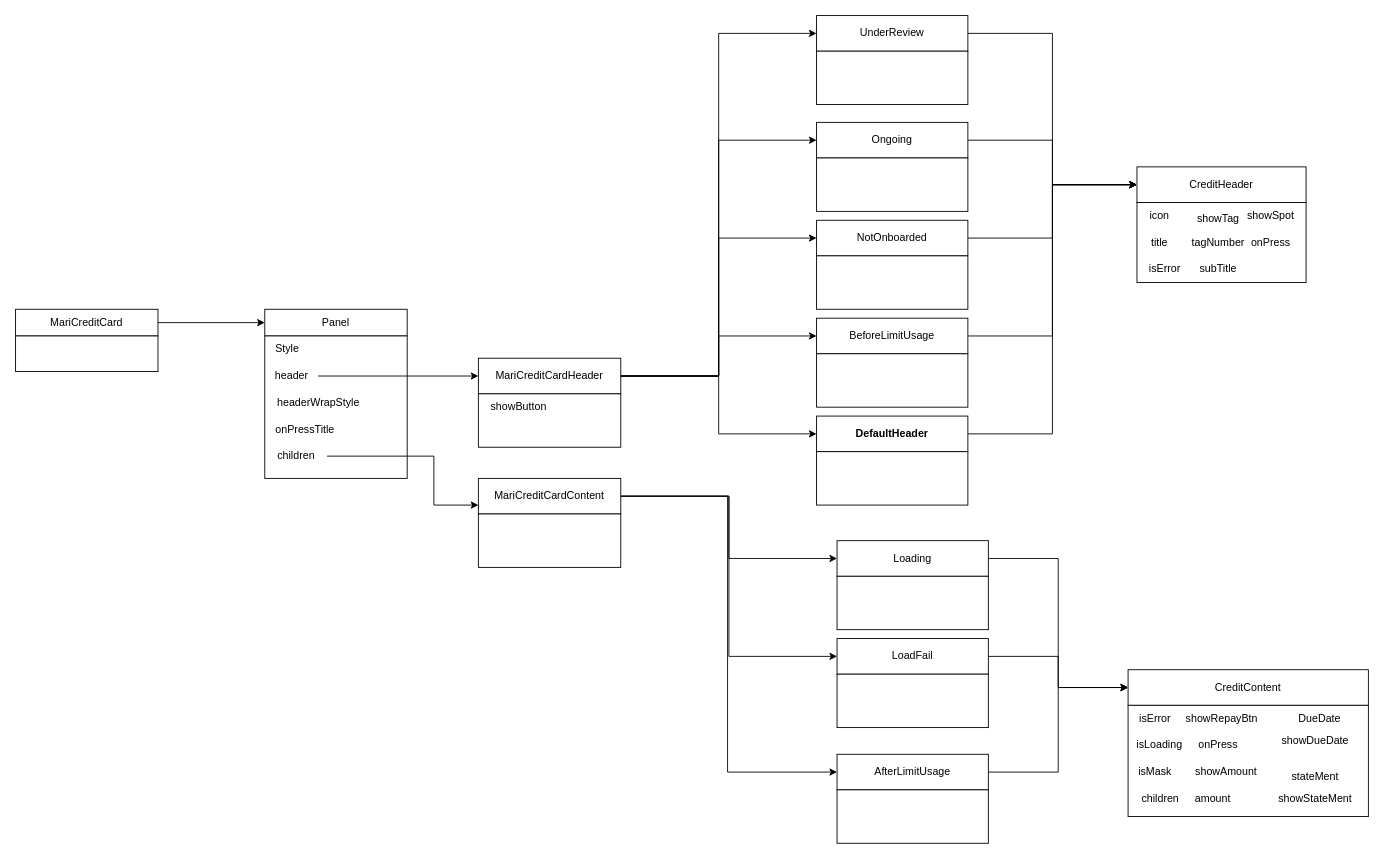
Above: page "home page" (3 of 3) of retail-home-credit-use-case.drawio in RexYao97/sfrex (draw.io), before the change. Source tidied: cells renumbered, new cells numbered last; positions are measured from the earlier drawing's top-left corner, leaving out a move shared by most shapes. Both pictures are drawn from the tidied source at 89%, with x=0, y=0 at pixel (15, 15).
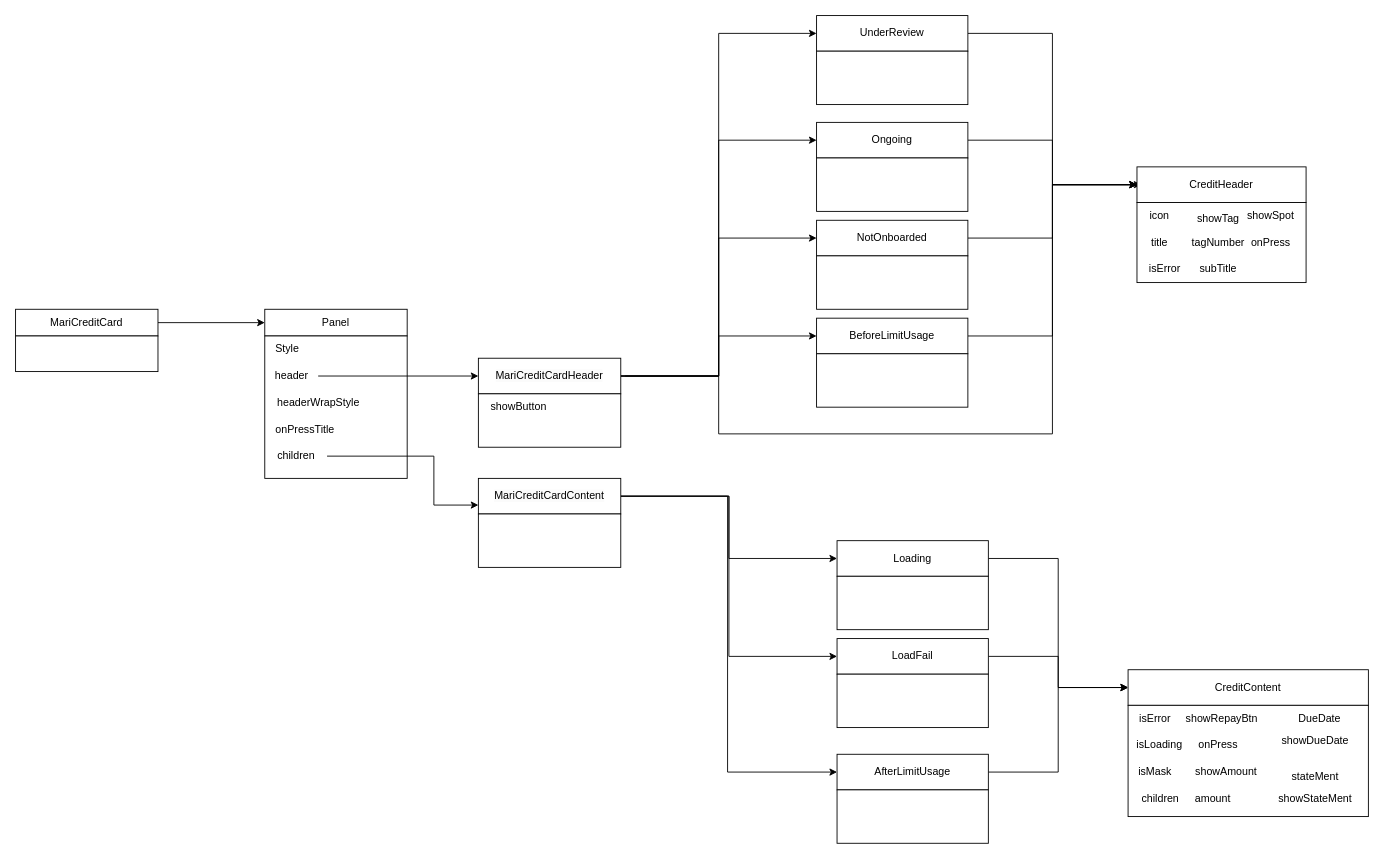
The same page after the edit.

The change refers to these unchanged cells:
```xml
<mxCell id="19" value="&lt;span style=&quot;color: rgb(0, 0, 0); font-family: Helvetica; font-size: 12px; font-style: normal; font-variant-ligatures: normal; font-variant-caps: normal; font-weight: 400; letter-spacing: normal; orphans: 2; text-align: center; text-indent: 0px; text-transform: none; widows: 2; word-spacing: 0px; -webkit-text-stroke-width: 0px; background-color: rgb(251, 251, 251); text-decoration-thickness: initial; text-decoration-style: initial; text-decoration-color: initial; float: none; display: inline !important;&quot;&gt;MariCreditCardHeader&lt;/span&gt;" style="rounded=0;whiteSpace=wrap;html=1;" parent="1" vertex="1">
  <mxGeometry x="520" y="385" width="160" height="40" as="geometry" />
</mxCell>
<mxCell id="50" value="CreditHeader" style="rounded=0;whiteSpace=wrap;html=1;" parent="1" vertex="1">
  <mxGeometry x="1260" y="170" width="190" height="40" as="geometry" />
</mxCell>
```

What changed in the source:
```diff
@@
-    <mxCell id="18" style="edgeStyle=orthogonalEdgeStyle;rounded=0;jettySize=auto;html=1;entryX=0;entryY=0.5;entryDx=0;entryDy=0;" parent="1" edge="1" source="19" target="61">
-      <mxGeometry relative="1" as="geometry" />
+    <mxCell id="18" style="edgeStyle=orthogonalEdgeStyle;rounded=0;orthogonalLoop=1;jettySize=auto;html=1;entryX=0;entryY=0.5;entryDx=0;entryDy=0;" parent="1" edge="1">
+      <mxGeometry relative="1" as="geometry">
+        <mxPoint x="685" y="405" as="sourcePoint" />
+        <mxPoint x="1265" y="190" as="targetPoint" />
+        <Array as="points">
+          <mxPoint x="790" y="405" />
+          <mxPoint x="790" y="470" />
+          <mxPoint x="1165" y="470" />
+          <mxPoint x="1165" y="190" />
+        </Array>
+      </mxGeometry>
     </mxCell>
@@
-    <mxCell id="60" style="edgeStyle=orthogonalEdgeStyle;rounded=0;jettySize=auto;html=1;entryX=0;entryY=0.5;entryDx=0;entryDy=0;" parent="1" edge="1" source="61" target="50">
-      <mxGeometry relative="1" as="geometry" />
-    </mxCell>
-    <mxCell id="61" value="DefaultHeader" style="rounded=0;whiteSpace=wrap;html=1;fontStyle=1;" parent="1" vertex="1">
-      <mxGeometry x="900" y="450" width="170" height="40" as="geometry" />
-    </mxCell>
-    <mxCell id="62" style="rounded=0;whiteSpace=wrap;html=1;fontStyle=1;" parent="1" vertex="1">
-      <mxGeometry x="900" y="490" width="170" height="60" as="geometry" />
-    </mxCell>
```
